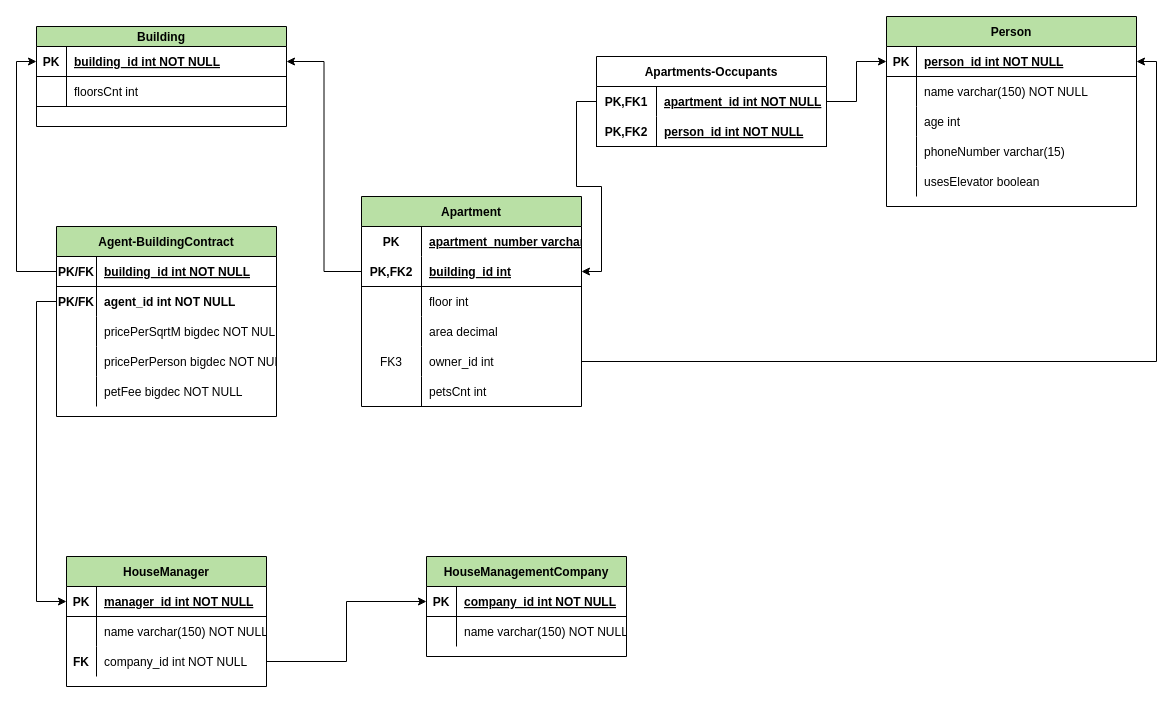
Above: HouseManager-scheme.drawio in Gamblinggabble/HouseManager (draw.io), before the change. Source tidied: cells renumbered, new cells numbered last; positions are measured from the earlier drawing's top-left corner, leaving out a move shared by most shapes. Both pictures are drawn from the tidied source at 100%, with x=0, y=0 at pixel (36, 16).
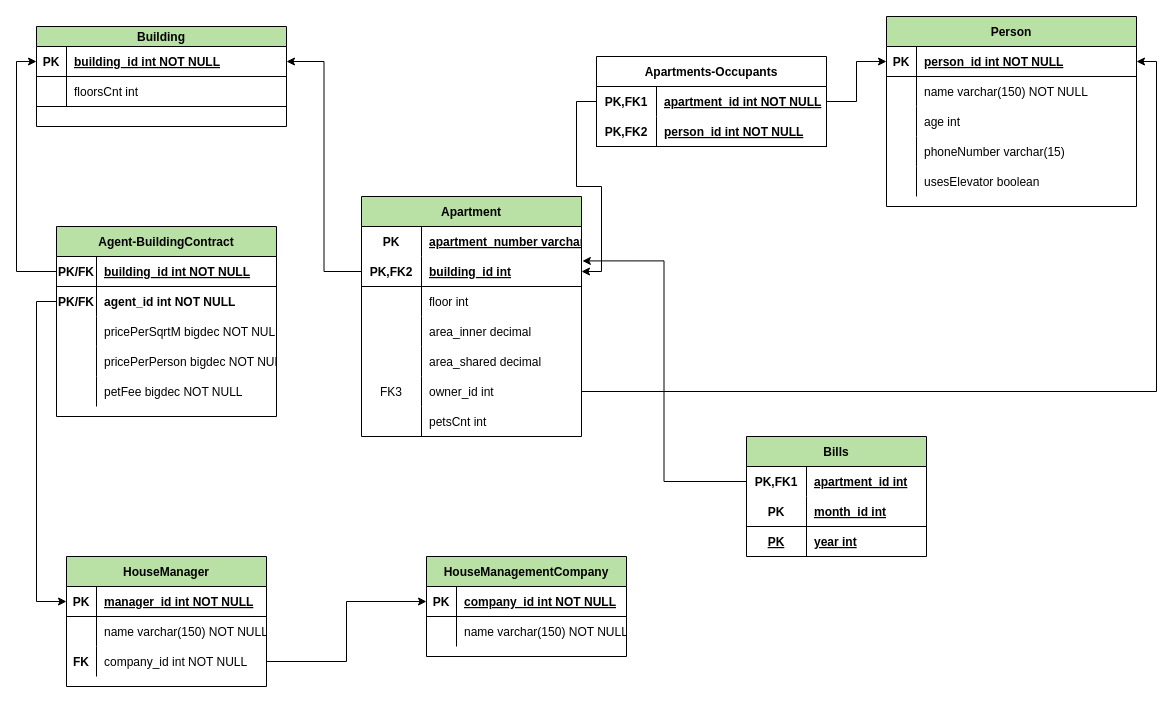
The same diagram, later.

The change refers to these unchanged cells:
```xml
<mxCell id="70" style="shape=tableRow;horizontal=0;startSize=0;swimlaneHead=0;swimlaneBody=0;fillColor=none;points=[[0,0.5],[1,0.5]];portConstraint=eastwest;top=0;left=0;right=0;bottom=0;" parent="69" vertex="1">
  <mxGeometry y="30" width="220" height="30" as="geometry" />
</mxCell>
<mxCell id="79" style="shape=tableRow;horizontal=0;startSize=0;swimlaneHead=0;swimlaneBody=0;fillColor=none;top=0;left=0;right=0;bottom=0;" parent="69" vertex="1">
  <mxGeometry y="120" width="220" height="30" as="geometry" />
</mxCell>
```

The edit, as a diff of the source:
```diff
@@
     <mxCell id="69" value="Apartment" style="shape=table;startSize=30;childLayout=tableLayout;rowLines=0;fontStyle=1;align=center;fillColor=#B9E0A5;" parent="1" vertex="1">
-      <mxGeometry x="325" y="180" width="220" height="210" as="geometry" />
+      <mxGeometry x="325" y="180" width="220" height="240" as="geometry" />
     </mxCell>
@@
-    <mxCell id="81" value="area decimal" style="shape=partialRectangle;fillColor=none;top=0;left=0;bottom=0;right=0;align=left;spacingLeft=6;overflow=hidden;" parent="79" vertex="1">
+    <mxCell id="81" value="area_inner decimal" style="shape=partialRectangle;fillColor=none;top=0;left=0;bottom=0;right=0;align=left;spacingLeft=6;overflow=hidden;" parent="79" vertex="1">
       <mxGeometry x="60" width="160" height="30" as="geometry" />
     </mxCell>
+    <mxCell id="91" style="shape=tableRow;horizontal=0;startSize=0;swimlaneHead=0;swimlaneBody=0;fillColor=none;top=0;left=0;right=0;bottom=0;" parent="69" vertex="1">
+      <mxGeometry y="150" width="220" height="30" as="geometry" />
+    </mxCell>
+    <mxCell id="92" style="shape=partialRectangle;fillColor=none;top=0;left=0;bottom=0;right=0;overflow=hidden;" parent="91" vertex="1">
+      <mxGeometry width="60" height="30" as="geometry" />
+    </mxCell>
+    <mxCell id="93" value="area_shared decimal" style="shape=partialRectangle;fillColor=none;top=0;left=0;bottom=0;right=0;align=left;spacingLeft=6;overflow=hidden;" parent="91" vertex="1">
+      <mxGeometry x="60" width="160" height="30" as="geometry" />
+    </mxCell>
     <mxCell id="82" style="shape=tableRow;horizontal=0;startSize=0;swimlaneHead=0;swimlaneBody=0;fillColor=none;points=[[0,0.5],[1,0.5]];portConstraint=eastwest;top=0;left=0;right=0;bottom=0;" parent="69" vertex="1">
-      <mxGeometry y="150" width="220" height="30" as="geometry" />
+      <mxGeometry y="180" width="220" height="30" as="geometry" />
     </mxCell>
@@
     <mxCell id="85" style="shape=tableRow;horizontal=0;startSize=0;swimlaneHead=0;swimlaneBody=0;fillColor=none;top=0;left=0;right=0;bottom=0;" parent="69" vertex="1">
-      <mxGeometry y="180" width="220" height="30" as="geometry" />
+      <mxGeometry y="210" width="220" height="30" as="geometry" />
     </mxCell>
@@
+    <mxCell id="94" value="Bills" style="shape=table;startSize=30;childLayout=tableLayout;rowLines=0;fontStyle=1;align=center;fillColor=#B9E0A5;" parent="1" vertex="1">
+      <mxGeometry x="710" y="420" width="180" height="120" as="geometry" />
+    </mxCell>
+    <mxCell id="95" style="shape=tableRow;horizontal=0;startSize=0;swimlaneHead=0;swimlaneBody=0;fillColor=none;points=[[0,0.5],[1,0.5]];portConstraint=eastwest;top=0;left=0;right=0;bottom=0;" parent="94" vertex="1">
+      <mxGeometry y="30" width="180" height="30" as="geometry" />
+    </mxCell>
+    <mxCell id="96" value="PK,FK1" style="shape=partialRectangle;fillColor=none;top=0;left=0;bottom=0;right=0;fontStyle=1;overflow=hidden;" parent="95" vertex="1">
+      <mxGeometry width="60" height="30" as="geometry" />
+    </mxCell>
+    <mxCell id="97" value="apartment_id int" style="shape=partialRectangle;fillColor=none;top=0;left=0;bottom=0;right=0;align=left;spacingLeft=6;fontStyle=5;overflow=hidden;" parent="95" vertex="1">
+      <mxGeometry x="60" width="120" height="30" as="geometry" />
+    </mxCell>
+    <mxCell id="98" style="shape=tableRow;horizontal=0;startSize=0;swimlaneHead=0;swimlaneBody=0;fillColor=none;top=0;left=0;right=0;bottom=1;" parent="94" vertex="1">
+      <mxGeometry y="60" width="180" height="30" as="geometry" />
+    </mxCell>
+    <mxCell id="99" value="PK" style="shape=partialRectangle;fillColor=none;top=0;left=0;bottom=0;right=0;fontStyle=1;overflow=hidden;" parent="98" vertex="1">
+      <mxGeometry width="60" height="30" as="geometry" />
+    </mxCell>
+    <mxCell id="100" value="month_id int" style="shape=partialRectangle;fillColor=none;top=0;left=0;bottom=0;right=0;align=left;spacingLeft=6;fontStyle=5;overflow=hidden;" parent="98" vertex="1">
+      <mxGeometry x="60" width="120" height="30" as="geometry" />
+    </mxCell>
+    <mxCell id="101" style="shape=tableRow;horizontal=0;startSize=0;swimlaneHead=0;swimlaneBody=0;fillColor=none;top=0;left=0;right=0;bottom=0;" parent="94" vertex="1">
+      <mxGeometry y="90" width="180" height="30" as="geometry" />
+    </mxCell>
+    <mxCell id="102" value="PK" style="shape=partialRectangle;fillColor=none;top=0;left=0;bottom=0;right=0;overflow=hidden;fontStyle=5;" parent="101" vertex="1">
+      <mxGeometry width="60" height="30" as="geometry" />
+    </mxCell>
+    <mxCell id="103" value="year int" style="shape=partialRectangle;fillColor=none;top=0;left=0;bottom=0;right=0;align=left;spacingLeft=6;overflow=hidden;fontStyle=5;" parent="101" vertex="1">
+      <mxGeometry x="60" width="120" height="30" as="geometry" />
+    </mxCell>
+    <mxCell id="104" style="edgeStyle=orthogonalEdgeStyle;rounded=0;jettySize=auto;html=1;entryX=1.004;entryY=1.147;entryDx=0;entryDy=0;entryPerimeter=0;" parent="1" edge="1" source="95" target="70">
+      <mxGeometry relative="1" as="geometry" />
+    </mxCell>
```
